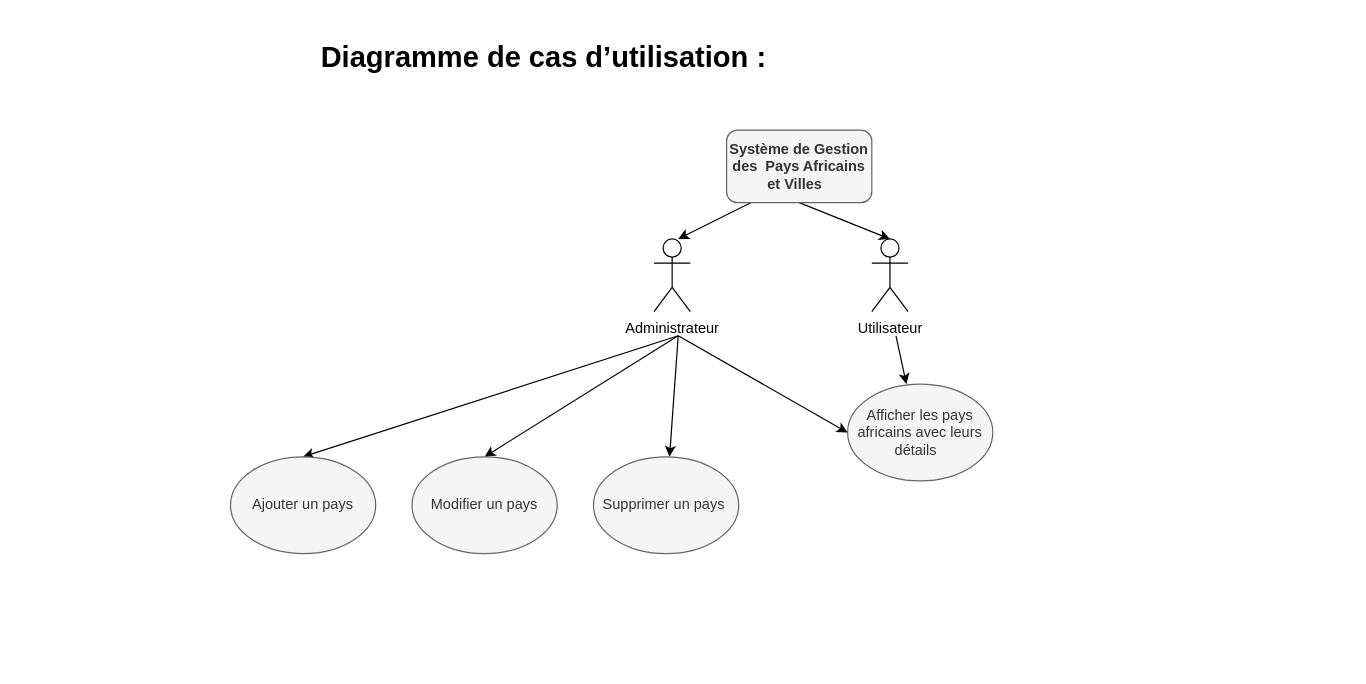
Above: diagramme.drawio in Hamza177-bas/Educational-website (draw.io), before the change. Source tidied: cells renumbered, new cells numbered last; positions are measured from the earlier drawing's top-left corner, leaving out a move shared by most shapes. Both pictures are drawn from the tidied source at 121%, with x=0, y=0 at pixel (230, 33).
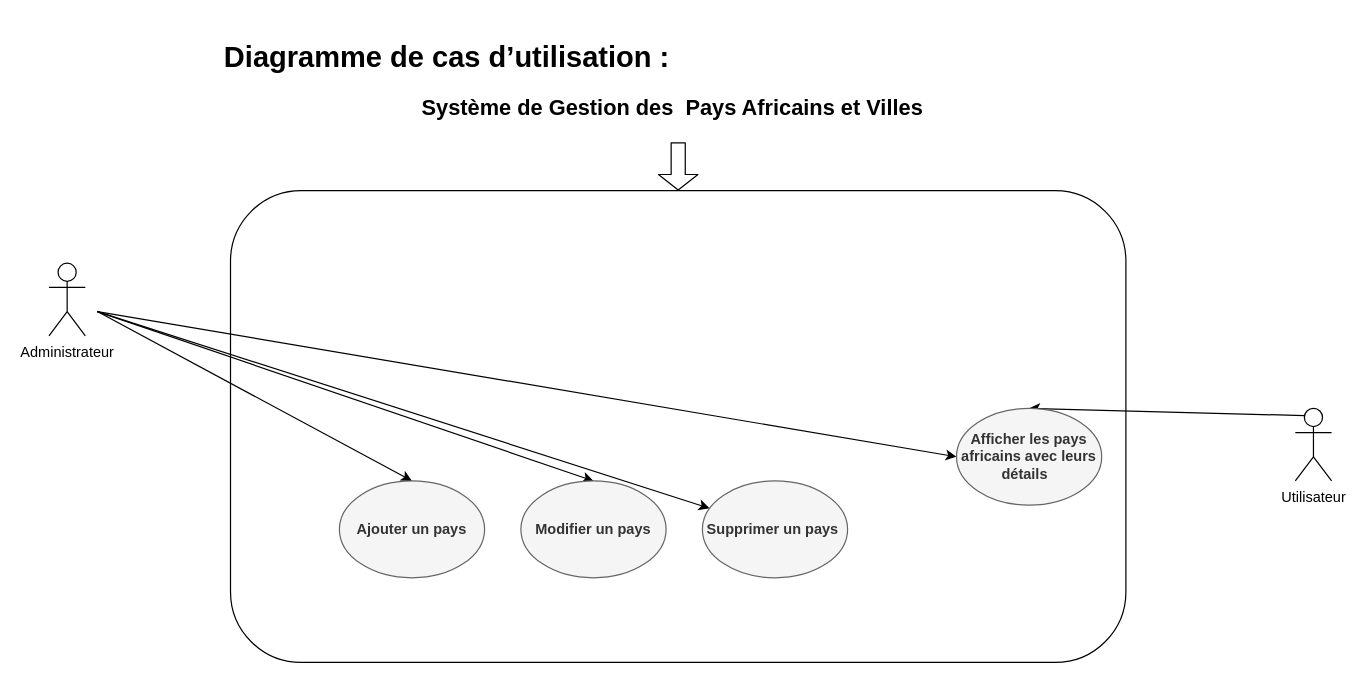
The same diagram, later.

Commit message (it also covers changes not shown here):
modifed diagramme de cas d'utilisation

The edit, as a diff of the source:
```diff
@@
     <mxCell id="2" style="edgeStyle=none;html=1;rounded=1;" parent="1" edge="1">
       <mxGeometry relative="1" as="geometry">
-        <mxPoint x="470" y="120" as="sourcePoint" />
-        <mxPoint x="370" y="170" as="targetPoint" />
+        <mxPoint x="560" y="140" as="sourcePoint" />
+        <mxPoint x="460" y="190" as="targetPoint" />
         <Array as="points">
-          <mxPoint x="370" y="170" />
+          <mxPoint x="460" y="190" />
         </Array>
       </mxGeometry>
     </mxCell>
-    <mxCell id="3" style="edgeStyle=none;html=1;exitX=0.5;exitY=1;exitDx=0;exitDy=0;entryX=0.5;entryY=0;entryDx=0;entryDy=0;entryPerimeter=0;rounded=1;" parent="1" edge="1" source="4" target="11">
-      <mxGeometry relative="1" as="geometry" />
-    </mxCell>
-    <mxCell id="4" value="&lt;b&gt;Système de Gestion des&amp;nbsp; Pays Africains et Villes&amp;nbsp;&amp;nbsp;&lt;/b&gt;" style="rounded=1;whiteSpace=wrap;html=1;fillColor=#f5f5f5;fontColor=#333333;strokeColor=#666666;" parent="1" vertex="1">
-      <mxGeometry x="410" y="80" width="120" height="60" as="geometry" />
+    <mxCell id="4" style="rounded=1;whiteSpace=wrap;html=1;" parent="1" vertex="1">
+      <mxGeometry y="130" width="740" height="390" as="geometry" />
     </mxCell>
     <mxCell id="5" style="edgeStyle=none;html=1;entryX=0.5;entryY=0;entryDx=0;entryDy=0;rounded=1;" parent="1" edge="1" target="12">
       <mxGeometry relative="1" as="geometry">
-        <mxPoint x="370" y="250" as="sourcePoint" />
+        <mxPoint x="-110" y="230" as="sourcePoint" />
       </mxGeometry>
     </mxCell>
     <mxCell id="6" style="edgeStyle=none;html=1;entryX=0;entryY=0.5;entryDx=0;entryDy=0;rounded=1;" parent="1" edge="1" target="15">
       <mxGeometry relative="1" as="geometry">
-        <mxPoint x="370" y="250" as="sourcePoint" />
+        <mxPoint x="-110" y="230" as="sourcePoint" />
       </mxGeometry>
     </mxCell>
-    <mxCell id="7" style="edgeStyle=none;html=1;rounded=1;" parent="1" edge="1">
-      <mxGeometry relative="1" as="geometry">
-        <mxPoint x="550" y="250" as="sourcePoint" />
-        <mxPoint x="558.6" y="290" as="targetPoint" />
-      </mxGeometry>
-    </mxCell>
     <mxCell id="8" style="edgeStyle=none;html=1;rounded=1;" parent="1" edge="1" target="14">
       <mxGeometry relative="1" as="geometry">
-        <mxPoint x="370" y="250" as="sourcePoint" />
+        <mxPoint x="-110" y="230" as="sourcePoint" />
       </mxGeometry>
     </mxCell>
     <mxCell id="9" style="edgeStyle=none;html=1;entryX=0.5;entryY=0;entryDx=0;entryDy=0;rounded=1;" parent="1" edge="1" target="13">
       <mxGeometry relative="1" as="geometry">
-        <mxPoint x="370" y="250" as="sourcePoint" />
+        <mxPoint x="-110" y="230" as="sourcePoint" />
       </mxGeometry>
     </mxCell>
     <mxCell id="10" value="Administrateur&lt;br&gt;" style="shape=umlActor;verticalLabelPosition=bottom;verticalAlign=top;html=1;rounded=1;" parent="1" vertex="1">
-      <mxGeometry x="350" y="170" width="30" height="60" as="geometry" />
+      <mxGeometry x="-150" y="190" width="30" height="60" as="geometry" />
     </mxCell>
+    <mxCell id="17" style="edgeStyle=none;html=1;exitX=0.25;exitY=0.1;exitDx=0;exitDy=0;exitPerimeter=0;fontSize=18;entryX=0.5;entryY=0;entryDx=0;entryDy=0;" parent="1" edge="1" source="11" target="15">
+      <mxGeometry relative="1" as="geometry" />
+    </mxCell>
     <mxCell id="11" value="Utilisateur" style="shape=umlActor;verticalLabelPosition=bottom;verticalAlign=top;html=1;outlineConnect=0;rounded=1;" parent="1" vertex="1">
-      <mxGeometry x="530" y="170" width="30" height="60" as="geometry" />
+      <mxGeometry x="880" y="310" width="30" height="60" as="geometry" />
     </mxCell>
-    <mxCell id="12" value="&lt;span style=&quot;color: rgb(51, 51, 51);&quot;&gt;Modifier un pays&lt;/span&gt;" style="ellipse;whiteSpace=wrap;html=1;fillColor=#f5f5f5;fontColor=#333333;strokeColor=#666666;rounded=1;" parent="1" vertex="1">
-      <mxGeometry x="150" y="350" width="120" height="80" as="geometry" />
+    <mxCell id="12" value="&lt;span style=&quot;color: rgb(51, 51, 51);&quot;&gt;&lt;b&gt;Modifier un pays&lt;/b&gt;&lt;/span&gt;" style="ellipse;whiteSpace=wrap;html=1;fillColor=#f5f5f5;fontColor=#333333;strokeColor=#666666;rounded=1;" parent="1" vertex="1">
+      <mxGeometry x="240" y="370" width="120" height="80" as="geometry" />
     </mxCell>
-    <mxCell id="13" value="&lt;span style=&quot;color: rgb(51, 51, 51);&quot;&gt;Ajouter un pays&lt;/span&gt;" style="ellipse;whiteSpace=wrap;html=1;fillColor=#f5f5f5;fontColor=#333333;strokeColor=#666666;rounded=1;" parent="1" vertex="1">
-      <mxGeometry y="350" width="120" height="80" as="geometry" />
+    <mxCell id="13" value="&lt;span style=&quot;color: rgb(51, 51, 51);&quot;&gt;&lt;b&gt;Ajouter un pays&lt;/b&gt;&lt;/span&gt;" style="ellipse;whiteSpace=wrap;html=1;fillColor=#f5f5f5;fontColor=#333333;strokeColor=#666666;rounded=1;" parent="1" vertex="1">
+      <mxGeometry x="90" y="370" width="120" height="80" as="geometry" />
     </mxCell>
-    <mxCell id="14" value="&lt;span style=&quot;color: rgb(51, 51, 51);&quot;&gt;Supprimer un pays&amp;nbsp;&lt;/span&gt;" style="ellipse;whiteSpace=wrap;html=1;fillColor=#f5f5f5;fontColor=#333333;strokeColor=#666666;rounded=1;" parent="1" vertex="1">
-      <mxGeometry x="300" y="350" width="120" height="80" as="geometry" />
+    <mxCell id="14" value="&lt;span style=&quot;color: rgb(51, 51, 51);&quot;&gt;&lt;b&gt;Supprimer un pays&amp;nbsp;&lt;/b&gt;&lt;/span&gt;" style="ellipse;whiteSpace=wrap;html=1;fillColor=#f5f5f5;fontColor=#333333;strokeColor=#666666;rounded=1;" parent="1" vertex="1">
+      <mxGeometry x="390" y="370" width="120" height="80" as="geometry" />
     </mxCell>
-    <mxCell id="15" value="&lt;span style=&quot;color: rgb(51, 51, 51);&quot;&gt;Afficher les pays africains avec leurs détails&amp;nbsp;&amp;nbsp;&lt;/span&gt;" style="ellipse;whiteSpace=wrap;html=1;fillColor=#f5f5f5;fontColor=#333333;strokeColor=#666666;rounded=1;" parent="1" vertex="1">
-      <mxGeometry x="510" y="290" width="120" height="80" as="geometry" />
+    <mxCell id="15" value="&lt;span style=&quot;color: rgb(51, 51, 51);&quot;&gt;&lt;b&gt;Afficher les pays africains avec leurs détails&amp;nbsp;&amp;nbsp;&lt;/b&gt;&lt;/span&gt;" style="ellipse;whiteSpace=wrap;html=1;fillColor=#f5f5f5;fontColor=#333333;strokeColor=#666666;rounded=1;" parent="1" vertex="1">
+      <mxGeometry x="600" y="310" width="120" height="80" as="geometry" />
     </mxCell>
     <mxCell id="16" value="&lt;h1&gt;Diagramme de cas d’utilisation :&lt;/h1&gt;" style="text;html=1;strokeColor=none;fillColor=none;spacing=5;spacingTop=-20;whiteSpace=wrap;overflow=hidden;rounded=1;" parent="1" vertex="1">
-      <mxGeometry x="70" width="420" height="120" as="geometry" />
+      <mxGeometry x="-10" width="420" height="40" as="geometry" />
     </mxCell>
+    <mxCell id="18" style="edgeStyle=none;shape=flexArrow;html=1;exitX=0.5;exitY=1;exitDx=0;exitDy=0;entryX=0.5;entryY=0;entryDx=0;entryDy=0;fontSize=18;width=11.666666666666668;endSize=3.933333333333333;" parent="1" edge="1" source="19" target="4">
+      <mxGeometry relative="1" as="geometry" />
+    </mxCell>
+    <mxCell id="19" value="&lt;b style=&quot;&quot;&gt;&lt;font style=&quot;font-size: 18px;&quot;&gt;Système de Gestion des&amp;nbsp; Pays Africains et Villes&amp;nbsp;&amp;nbsp;&lt;/font&gt;&lt;/b&gt;" style="text;strokeColor=none;fillColor=none;html=1;fontSize=24;fontStyle=1;verticalAlign=middle;align=center;strokeWidth=8;" parent="1" vertex="1">
+      <mxGeometry x="160" y="30" width="420" height="60" as="geometry" />
+    </mxCell>
```
